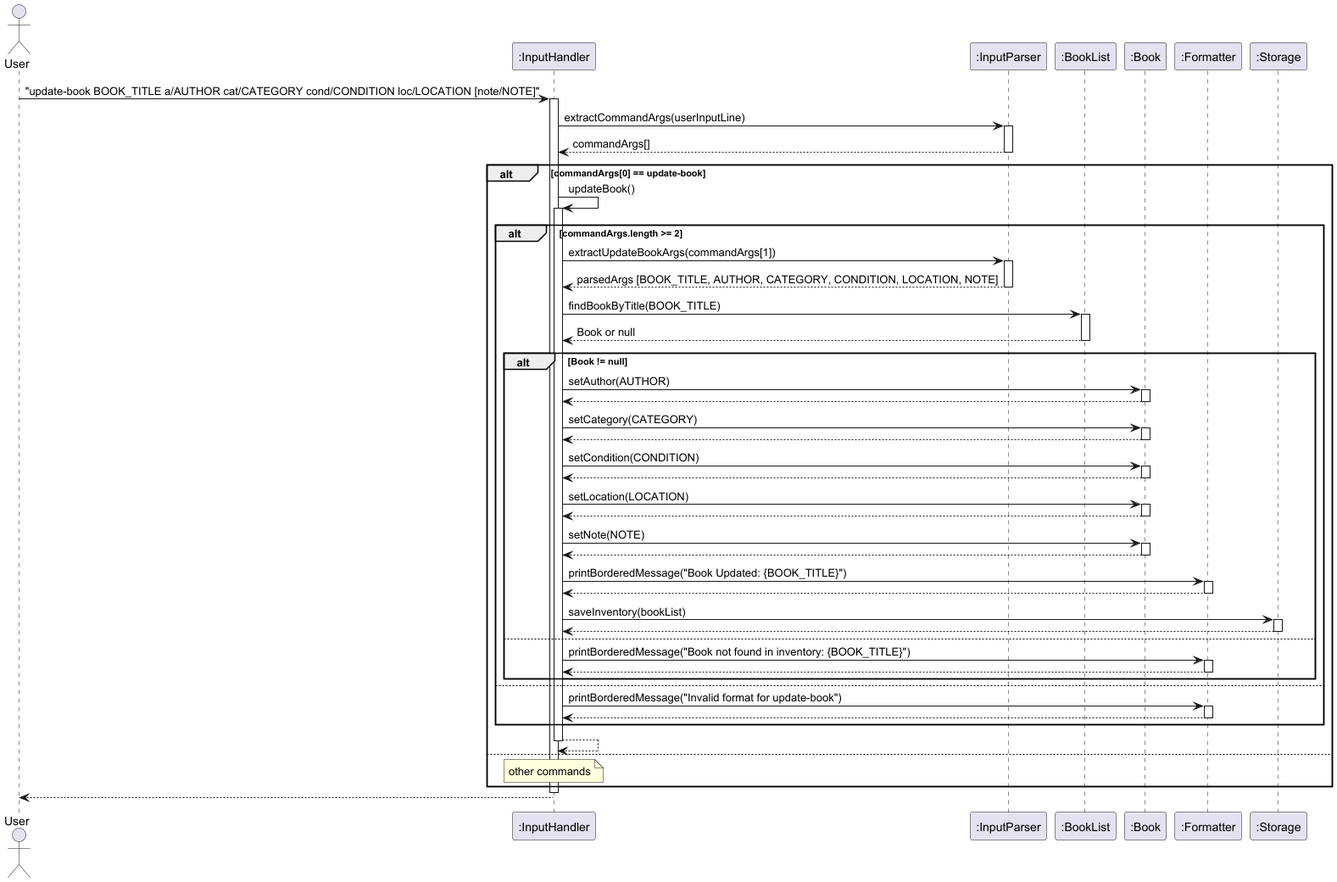
The PlantUML diagram docs/images/updateBook.png in AY2425S2-CS2113-T12-2/tp, before a commit.
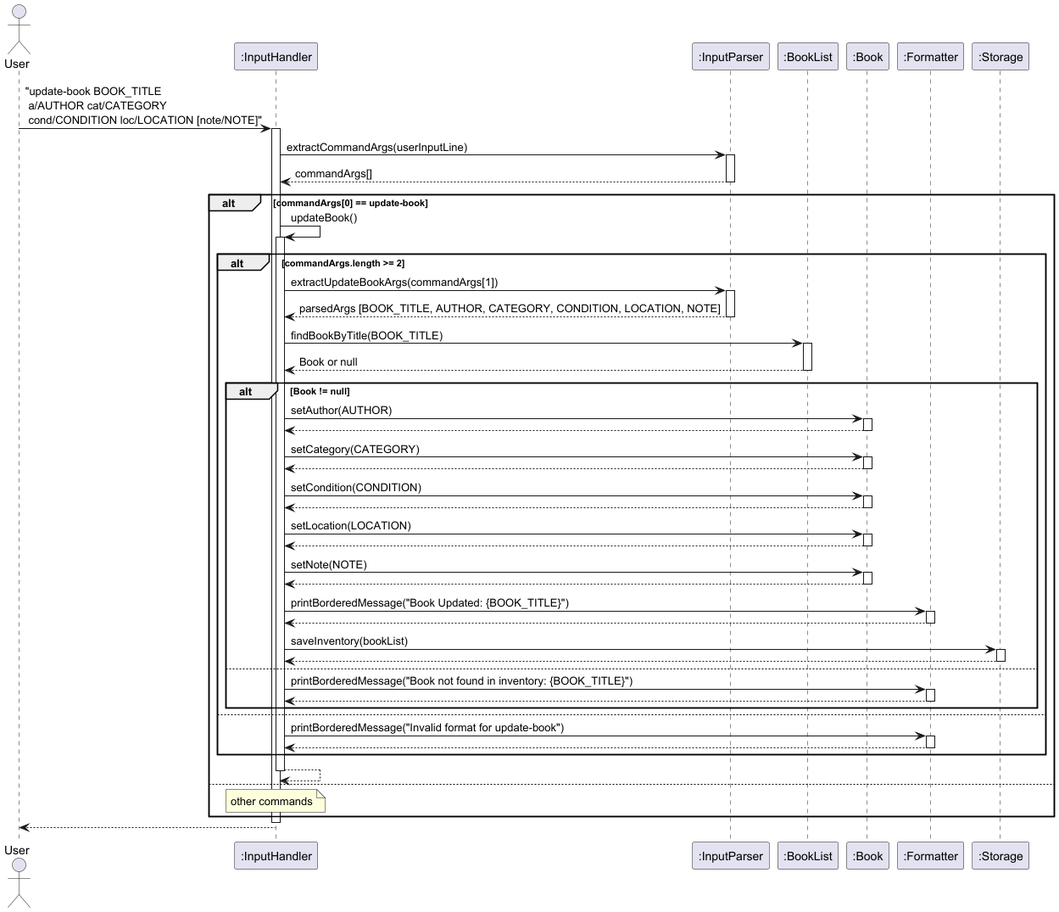
Later version of the same file.

The edit, as a diff of the source:
```diff
@@ -7,7 +7,7 @@
 participant Formatter as ":Formatter"
 participant Storage as ":Storage"
 
-User -> InputHandler: "update-book BOOK_TITLE a/AUTHOR cat/CATEGORY cond/CONDITION loc/LOCATION [note/NOTE]"
+User -> InputHandler: "update-book BOOK_TITLE \n a/AUTHOR cat/CATEGORY \n cond/CONDITION loc/LOCATION [note/NOTE]"
 activate InputHandler
 
 InputHandler -> InputParser: extractCommandArgs(userInputLine)
```
